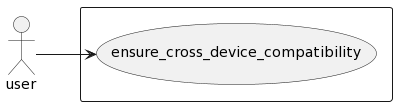
Earlier version of the PlantUML export uml_converter/app/templates/puml.png (ashwinkrishna979/uml_generator).
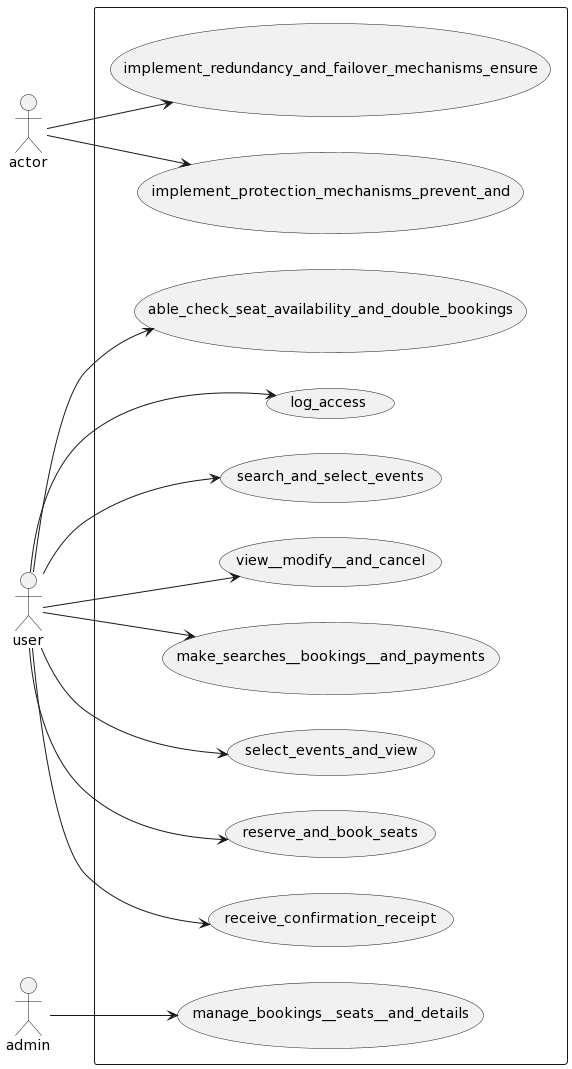
After the commit.

Change to the diagram source:
```diff
@@ -1,8 +1,30 @@
 @startuml
 left to right direction
-actor user as f0
+actor actor as f0
+actor user as f1
+actor admin as f2
 rectangle {
-usecase ensure_cross_device_compatibility as u0
+usecase log_access as u0
+usecase search_and_select_events as u1
+usecase view__modify__and_cancel as u2
+usecase manage_bookings__seats__and_details as u3
+usecase make_searches__bookings__and_payments as u4
+usecase select_events_and_view as u5
+usecase reserve_and_book_seats as u6
+usecase receive_confirmation_receipt as u7
+usecase able_check_seat_availability_and_double_bookings as u8
+usecase implement_protection_mechanisms_prevent_and as u9
+usecase implement_redundancy_and_failover_mechanisms_ensure as u10
 }
-f0 --> u0
+f1 --> u0
+f1 --> u1
+f1 --> u5
+f1 --> u6
+f1 --> u8
+f1 --> u7
+f1 --> u2
+f2 --> u3
+f1 --> u4
+f0 --> u9
+f0 --> u10
 @enduml
```
